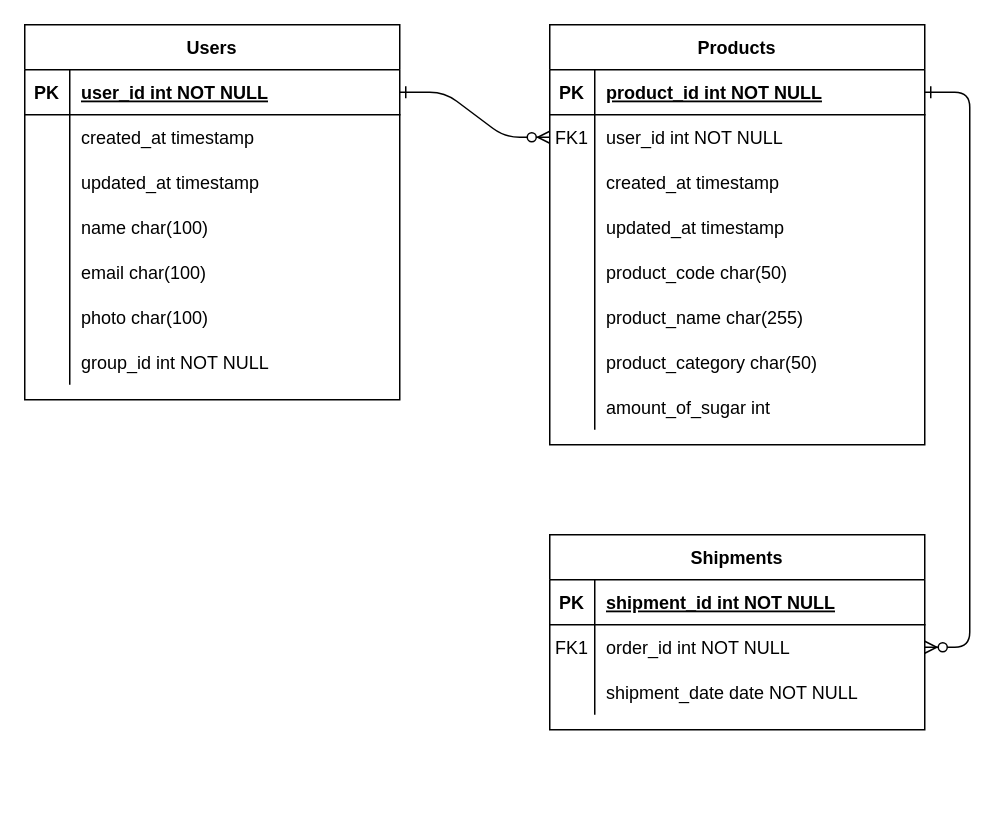
Before: ERD.drawio in luth-fi02/drawio, a draw.io diagram. Source tidied: cells renumbered, new cells numbered last; positions are measured from the earlier drawing's top-left corner, leaving out a move shared by most shapes. Both pictures are drawn from the tidied source at 150%, with x=0, y=0 at pixel (24, 24).
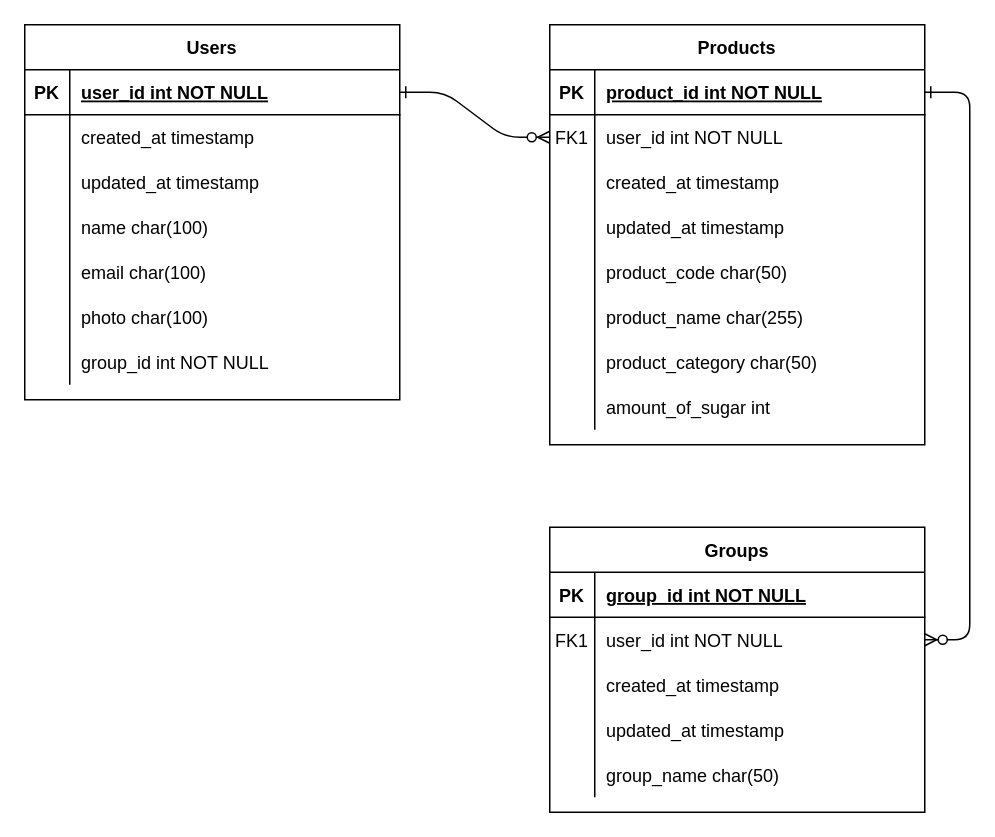
The same page after the edit.

Commit message:
update groups table

Unchanged cells that the change refers to:
```xml
<mxCell id="30" style="shape=partialRectangle;fillColor=none;top=0;left=0;right=0;bottom=1;" parent="29" vertex="1">
  <mxGeometry y="30" width="250" height="30" as="geometry" />
</mxCell>
<mxCell id="33" style="shape=partialRectangle;fillColor=none;points=[[0,0.5],[1,0.5]];portConstraint=eastwest;top=0;left=0;right=0;bottom=0;" parent="29" vertex="1">
  <mxGeometry y="60" width="250" height="30" as="geometry" />
</mxCell>
<mxCell id="36" style="shape=partialRectangle;fillColor=none;top=0;left=0;right=0;bottom=0;" parent="29" vertex="1">
  <mxGeometry y="90" width="250" height="30" as="geometry" />
</mxCell>
```

Change to the diagram source:
```diff
@@
-    <mxCell id="29" value="Shipments" style="shape=table;startSize=30;childLayout=tableLayout;rowLines=0;fontStyle=1;align=center;" parent="1" vertex="1">
-      <mxGeometry x="350" y="340" width="250" height="130" as="geometry" />
+    <mxCell id="29" value="Groups" style="shape=table;startSize=30;childLayout=tableLayout;rowLines=0;fontStyle=1;align=center;" parent="1" vertex="1">
+      <mxGeometry x="350" y="335" width="250" height="190" as="geometry" />
     </mxCell>
@@
-    <mxCell id="32" value="shipment_id int NOT NULL " style="shape=partialRectangle;overflow=hidden;fillColor=none;top=0;left=0;bottom=0;right=0;align=left;spacingLeft=6;fontStyle=5;" parent="30" vertex="1">
+    <mxCell id="32" value="group_id int NOT NULL" style="shape=partialRectangle;overflow=hidden;fillColor=none;top=0;left=0;bottom=0;right=0;align=left;spacingLeft=6;fontStyle=5;" parent="30" vertex="1">
       <mxGeometry x="30" width="220" height="30" as="geometry" />
     </mxCell>
@@
-    <mxCell id="35" value="order_id int NOT NULL" style="shape=partialRectangle;overflow=hidden;fillColor=none;top=0;left=0;bottom=0;right=0;align=left;spacingLeft=6;" parent="33" vertex="1">
+    <mxCell id="35" value="user_id int NOT NULL" style="shape=partialRectangle;overflow=hidden;fillColor=none;top=0;left=0;bottom=0;right=0;align=left;spacingLeft=6;" parent="33" vertex="1">
       <mxGeometry x="30" width="220" height="30" as="geometry" />
     </mxCell>
@@
-    <mxCell id="38" value="shipment_date date NOT NULL" style="shape=partialRectangle;overflow=hidden;fillColor=none;top=0;left=0;bottom=0;right=0;align=left;spacingLeft=6;" parent="36" vertex="1">
+    <mxCell id="38" value="created_at timestamp" style="shape=partialRectangle;overflow=hidden;fillColor=none;top=0;left=0;bottom=0;right=0;align=left;spacingLeft=6;" parent="36" vertex="1">
       <mxGeometry x="30" width="220" height="30" as="geometry" />
     </mxCell>
+    <mxCell id="61" style="shape=partialRectangle;fillColor=none;top=0;left=0;right=0;bottom=0;" parent="29" vertex="1">
+      <mxGeometry y="120" width="250" height="30" as="geometry" />
+    </mxCell>
+    <mxCell id="62" style="shape=partialRectangle;overflow=hidden;fillColor=none;top=0;left=0;bottom=0;right=0;" parent="61" vertex="1">
+      <mxGeometry width="30" height="30" as="geometry" />
+    </mxCell>
+    <mxCell id="63" value="updated_at timestamp" style="shape=partialRectangle;overflow=hidden;fillColor=none;top=0;left=0;bottom=0;right=0;align=left;spacingLeft=6;" parent="61" vertex="1">
+      <mxGeometry x="30" width="220" height="30" as="geometry" />
+    </mxCell>
+    <mxCell id="64" style="shape=partialRectangle;fillColor=none;top=0;left=0;right=0;bottom=0;" parent="29" vertex="1">
+      <mxGeometry y="150" width="250" height="30" as="geometry" />
+    </mxCell>
+    <mxCell id="65" style="shape=partialRectangle;overflow=hidden;fillColor=none;top=0;left=0;bottom=0;right=0;" parent="64" vertex="1">
+      <mxGeometry width="30" height="30" as="geometry" />
+    </mxCell>
+    <mxCell id="66" value="group_name char(50)" style="shape=partialRectangle;overflow=hidden;fillColor=none;top=0;left=0;bottom=0;right=0;align=left;spacingLeft=6;" parent="64" vertex="1">
+      <mxGeometry x="30" width="220" height="30" as="geometry" />
+    </mxCell>
```
